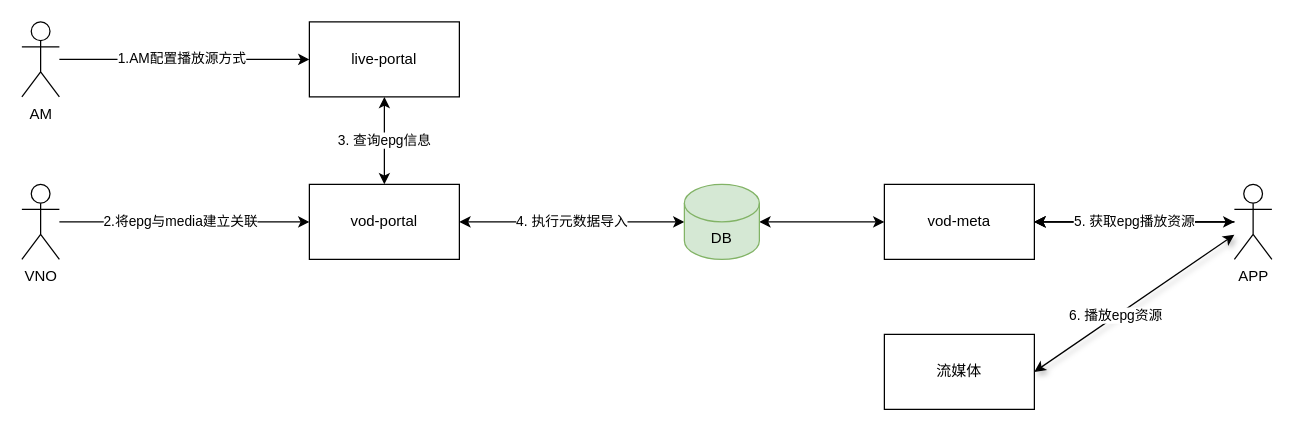
Above: page "5. 整体流程" (5 of 6) of liveEPG转VOD.drawio in beixiaohai/goose (draw.io), before the change. Source tidied: cells renumbered, new cells numbered last; positions are measured from the earlier drawing's top-left corner, leaving out a move shared by most shapes. Both pictures are drawn from the tidied source at 125%, with x=0, y=0 at pixel (21, 21).
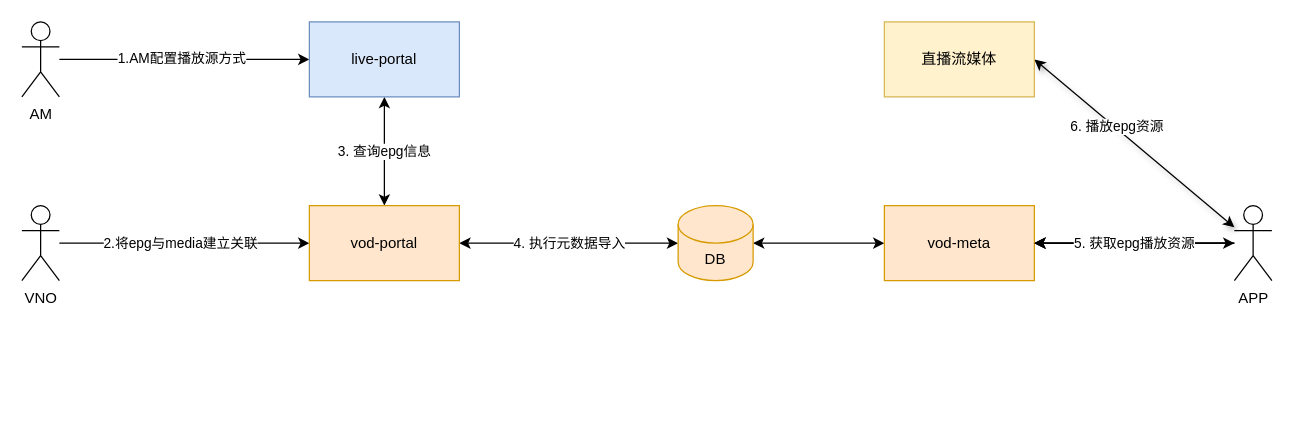
The same diagram, later.

Change to the diagram source:
```diff
@@
-    <mxCell id="6" value="live-portal" style="rounded=0;whiteSpace=wrap;html=1;" parent="1" vertex="1">
+    <mxCell id="6" value="live-portal" style="rounded=0;whiteSpace=wrap;html=1;fillColor=#dae8fc;strokeColor=#6c8ebf;" parent="1" vertex="1">
       <mxGeometry x="230" width="120" height="60" as="geometry" />
     </mxCell>
     <mxCell id="7" style="edgeStyle=none;rounded=0;jettySize=auto;html=1;entryX=0;entryY=0.5;entryDx=0;entryDy=0;" parent="1" edge="1" source="9">
       <mxGeometry relative="1" as="geometry">
-        <mxPoint x="230" y="160" as="targetPoint" />
+        <mxPoint x="230" y="177" as="targetPoint" />
       </mxGeometry>
     </mxCell>
@@
     <mxCell id="9" value="VNO" style="shape=umlActor;verticalLabelPosition=bottom;verticalAlign=top;html=1;outlineConnect=0;" parent="1" vertex="1">
-      <mxGeometry y="130" width="30" height="60" as="geometry" />
+      <mxGeometry y="147" width="30" height="60" as="geometry" />
     </mxCell>
@@
-    <mxCell id="11" value="vod-portal" style="rounded=0;whiteSpace=wrap;html=1;" parent="1" vertex="1">
-      <mxGeometry x="230" y="130" width="120" height="60" as="geometry" />
+    <mxCell id="11" value="vod-portal" style="rounded=0;whiteSpace=wrap;html=1;fillColor=#ffe6cc;strokeColor=#d79b00;" parent="1" vertex="1">
+      <mxGeometry x="230" y="147" width="120" height="60" as="geometry" />
     </mxCell>
@@
-    <mxCell id="13" value="DB" style="shape=cylinder3;whiteSpace=wrap;html=1;boundedLbl=1;backgroundOutline=1;size=15;fillColor=#d5e8d4;strokeColor=#82b366;" parent="1" vertex="1">
-      <mxGeometry x="530" y="130" width="60" height="60" as="geometry" />
+    <mxCell id="13" value="DB" style="shape=cylinder3;whiteSpace=wrap;html=1;boundedLbl=1;backgroundOutline=1;size=15;fillColor=#ffe6cc;strokeColor=#d79b00;" parent="1" vertex="1">
+      <mxGeometry x="525" y="147" width="60" height="60" as="geometry" />
     </mxCell>
-    <mxCell id="14" value="vod-meta" style="rounded=0;whiteSpace=wrap;html=1;" parent="1" vertex="1">
-      <mxGeometry x="690" y="130" width="120" height="60" as="geometry" />
+    <mxCell id="14" value="vod-meta" style="rounded=0;whiteSpace=wrap;html=1;fillColor=#ffe6cc;strokeColor=#d79b00;" parent="1" vertex="1">
+      <mxGeometry x="690" y="147" width="120" height="60" as="geometry" />
     </mxCell>
@@
     <mxCell id="20" value="APP" style="shape=umlActor;verticalLabelPosition=bottom;verticalAlign=top;html=1;outlineConnect=0;" parent="1" vertex="1">
-      <mxGeometry x="970" y="130" width="30" height="60" as="geometry" />
+      <mxGeometry x="970" y="147" width="30" height="60" as="geometry" />
     </mxCell>
-    <mxCell id="21" value="流媒体" style="rounded=0;whiteSpace=wrap;html=1;" parent="1" vertex="1">
-      <mxGeometry x="690" y="250" width="120" height="60" as="geometry" />
+    <mxCell id="21" value="直播流媒体" style="rounded=0;whiteSpace=wrap;html=1;fillColor=#fff2cc;strokeColor=#d6b656;" parent="1" vertex="1">
+      <mxGeometry x="690" width="120" height="60" as="geometry" />
     </mxCell>
```
